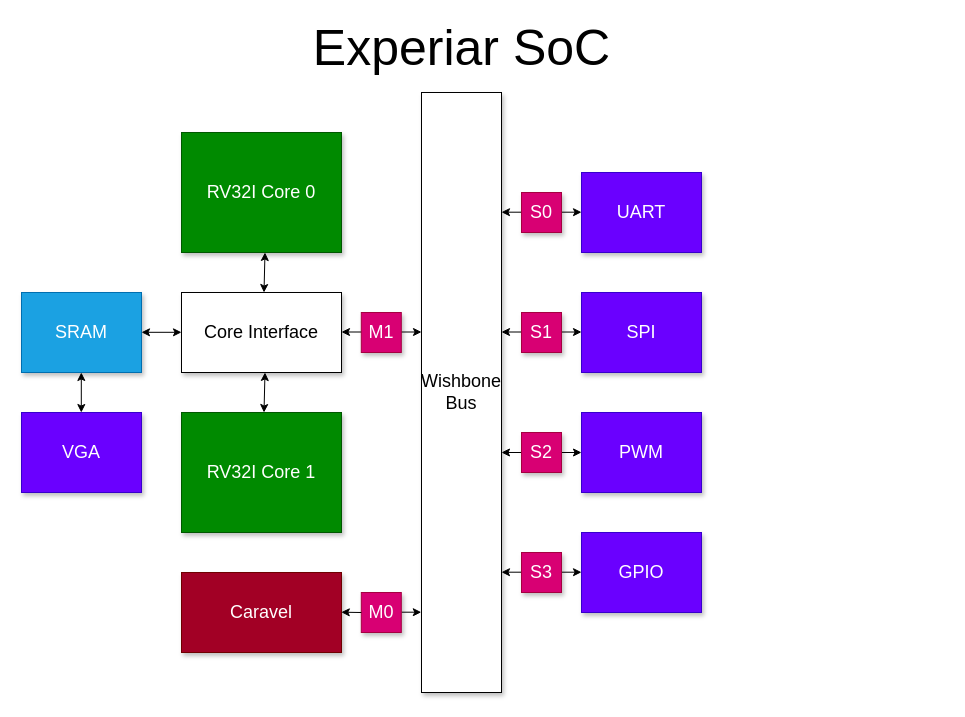
Before: page "Overview" (1 of 4) of docs/Design/ExperiarSoC.drawio in Wevel/ExperiarSoC, a draw.io diagram. Source tidied: cells renumbered, new cells numbered last; positions are measured from the earlier drawing's top-left corner, leaving out a move shared by most shapes. Both pictures are drawn from the tidied source at 100%, with x=0, y=0 at pixel (21, 32).
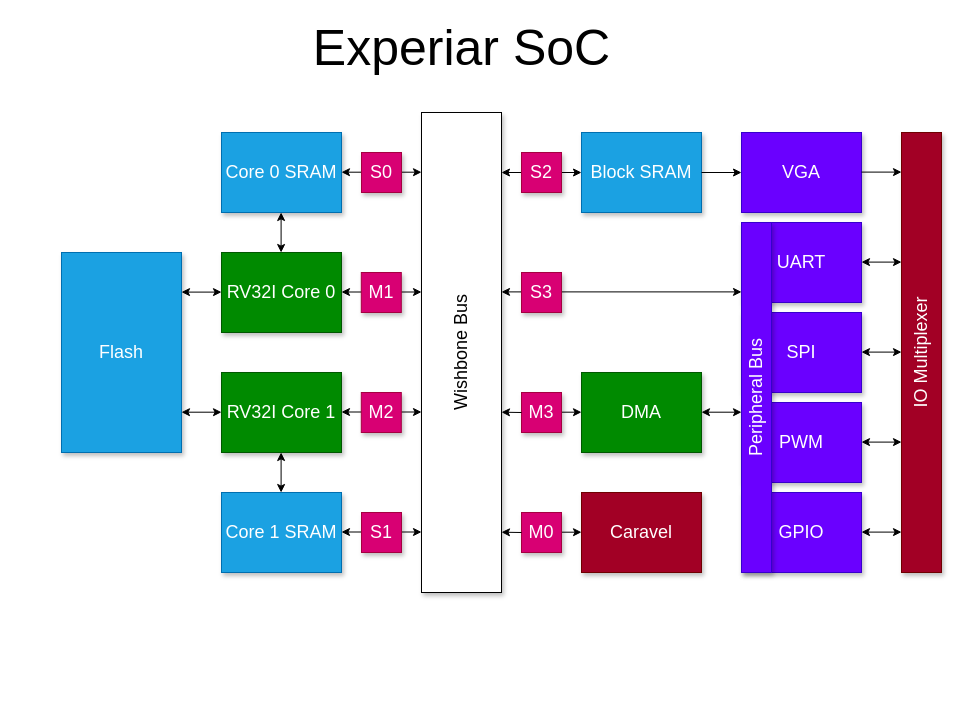
The same diagram, later.

What changed in the source:
```diff
@@
-    <mxCell id="2" value="Wishbone Bus" style="whiteSpace=wrap;html=1;shadow=1;fontSize=18;" parent="1" vertex="1">
-      <mxGeometry x="400" y="60" width="80" height="600" as="geometry" />
+    <mxCell id="2" value="Wishbone Bus" style="whiteSpace=wrap;html=1;shadow=1;fontSize=18;horizontal=0;" parent="1" vertex="1">
+      <mxGeometry x="400" y="80" width="80" height="480" as="geometry" />
     </mxCell>
     <mxCell id="3" style="edgeStyle=elbowEdgeStyle;rounded=0;html=1;startArrow=classic;startFill=1;jettySize=auto;orthogonalLoop=1;fontSize=18;elbow=vertical;" parent="1" edge="1">
       <mxGeometry relative="1" as="geometry">
-        <mxPoint x="480" y="539.7" as="sourcePoint" />
-        <mxPoint x="560" y="539.7" as="targetPoint" />
+        <mxPoint x="480" y="259.4" as="sourcePoint" />
+        <mxPoint x="720" y="259.4" as="targetPoint" />
         <Array as="points">
-          <mxPoint x="530" y="539.7" />
+          <mxPoint x="530" y="259.4" />
         </Array>
       </mxGeometry>
     </mxCell>
     <mxCell id="4" value="RV32I Core 1" style="whiteSpace=wrap;html=1;shadow=1;fontSize=18;fillColor=#008a00;fontColor=#ffffff;strokeColor=#005700;" parent="1" vertex="1">
-      <mxGeometry x="160" y="380" width="160" height="120" as="geometry" />
+      <mxGeometry x="200" y="340" width="120" height="80" as="geometry" />
     </mxCell>
     <mxCell id="5" value="Caravel" style="whiteSpace=wrap;html=1;shadow=1;fontSize=18;fillColor=#a20025;fontColor=#ffffff;strokeColor=#6F0000;" parent="1" vertex="1">
-      <mxGeometry x="160" y="540" width="160" height="80" as="geometry" />
+      <mxGeometry x="560" y="460" width="120" height="80" as="geometry" />
     </mxCell>
     <mxCell id="6" value="GPIO" style="whiteSpace=wrap;html=1;shadow=1;fontSize=18;fillColor=#6a00ff;fontColor=#ffffff;strokeColor=#3700CC;" parent="1" vertex="1">
-      <mxGeometry x="560" y="500" width="120" height="80" as="geometry" />
+      <mxGeometry x="720" y="460" width="120" height="80" as="geometry" />
     </mxCell>
     <mxCell id="7" value="UART" style="whiteSpace=wrap;html=1;shadow=1;fontSize=18;fillColor=#6a00ff;fontColor=#ffffff;strokeColor=#3700CC;" parent="1" vertex="1">
-      <mxGeometry x="560" y="140" width="120" height="80" as="geometry" />
+      <mxGeometry x="720" y="190" width="120" height="80" as="geometry" />
     </mxCell>
     <mxCell id="8" value="SPI" style="whiteSpace=wrap;html=1;shadow=1;fontSize=18;fillColor=#6a00ff;fontColor=#ffffff;strokeColor=#3700CC;" parent="1" vertex="1">
-      <mxGeometry x="560" y="260" width="120" height="80" as="geometry" />
+      <mxGeometry x="720" y="280" width="120" height="80" as="geometry" />
     </mxCell>
     <mxCell id="9" value="PWM" style="whiteSpace=wrap;html=1;shadow=1;fontSize=18;fillColor=#6a00ff;fontColor=#ffffff;strokeColor=#3700CC;" parent="1" vertex="1">
-      <mxGeometry x="560" y="380" width="120" height="80" as="geometry" />
+      <mxGeometry x="720" y="370" width="120" height="80" as="geometry" />
     </mxCell>
     <mxCell id="10" value="S3" style="whiteSpace=wrap;html=1;shadow=1;fontSize=18;fillColor=#d80073;fontColor=#ffffff;strokeColor=#A50040;" parent="1" vertex="1">
-      <mxGeometry x="500" y="520" width="40" height="40" as="geometry" />
+      <mxGeometry x="500" y="240" width="40" height="40" as="geometry" />
     </mxCell>
     <mxCell id="11" value="RV32I Core 0" style="whiteSpace=wrap;html=1;shadow=1;fontSize=18;fillColor=#008a00;fontColor=#ffffff;strokeColor=#005700;" parent="1" vertex="1">
-      <mxGeometry x="160" y="100" width="160" height="120" as="geometry" />
+      <mxGeometry x="200" y="220" width="120" height="80" as="geometry" />
     </mxCell>
-    <mxCell id="12" value="SRAM" style="whiteSpace=wrap;html=1;shadow=1;fontSize=18;fillColor=#1ba1e2;fontColor=#ffffff;strokeColor=#006EAF;" parent="1" vertex="1">
-      <mxGeometry y="260" width="120" height="80" as="geometry" />
-    </mxCell>
-    <mxCell id="13" value="Core Interface" style="whiteSpace=wrap;html=1;shadow=1;fontSize=18;" parent="1" vertex="1">
-      <mxGeometry x="160" y="260" width="160" height="80" as="geometry" />
-    </mxCell>
     <mxCell id="14" style="edgeStyle=elbowEdgeStyle;rounded=0;html=1;startArrow=classic;startFill=1;jettySize=auto;orthogonalLoop=1;fontSize=18;elbow=vertical;" parent="1" edge="1">
       <mxGeometry relative="1" as="geometry">
-        <mxPoint x="480" y="420" as="sourcePoint" />
-        <mxPoint x="560" y="420" as="targetPoint" />
+        <mxPoint x="480" y="140" as="sourcePoint" />
+        <mxPoint x="560" y="140" as="targetPoint" />
         <Array as="points">
-          <mxPoint x="530" y="420" />
+          <mxPoint x="530" y="140" />
         </Array>
       </mxGeometry>
     </mxCell>
     <mxCell id="15" style="edgeStyle=elbowEdgeStyle;rounded=0;html=1;startArrow=classic;startFill=1;jettySize=auto;orthogonalLoop=1;fontSize=18;elbow=vertical;" parent="1" edge="1">
       <mxGeometry relative="1" as="geometry">
-        <mxPoint x="480" y="299.5" as="sourcePoint" />
-        <mxPoint x="560" y="299.5" as="targetPoint" />
+        <mxPoint x="320" y="499.5" as="sourcePoint" />
+        <mxPoint x="400" y="499.5" as="targetPoint" />
         <Array as="points">
-          <mxPoint x="530" y="299.5" />
+          <mxPoint x="370" y="499.5" />
         </Array>
       </mxGeometry>
     </mxCell>
     <mxCell id="16" style="edgeStyle=elbowEdgeStyle;rounded=0;html=1;startArrow=classic;startFill=1;jettySize=auto;orthogonalLoop=1;fontSize=18;elbow=vertical;" parent="1" edge="1">
       <mxGeometry relative="1" as="geometry">
-        <mxPoint x="320" y="299.5" as="sourcePoint" />
-        <mxPoint x="400" y="299.5" as="targetPoint" />
+        <mxPoint x="320" y="379.5" as="sourcePoint" />
+        <mxPoint x="400" y="379.5" as="targetPoint" />
         <Array as="points">
-          <mxPoint x="370" y="299.5" />
+          <mxPoint x="370" y="379.5" />
         </Array>
       </mxGeometry>
     </mxCell>
-    <mxCell id="17" value="M1" style="whiteSpace=wrap;html=1;shadow=1;fontSize=18;fillColor=#d80073;fontColor=#ffffff;strokeColor=#A50040;" parent="1" vertex="1">
-      <mxGeometry x="339.8" y="280" width="40" height="40" as="geometry" />
+    <mxCell id="17" value="M2" style="whiteSpace=wrap;html=1;shadow=1;fontSize=18;fillColor=#d80073;fontColor=#ffffff;strokeColor=#A50040;" parent="1" vertex="1">
+      <mxGeometry x="339.8" y="360" width="40" height="40" as="geometry" />
     </mxCell>
     <mxCell id="18" value="S2" style="whiteSpace=wrap;html=1;shadow=1;fontSize=18;fillColor=#d80073;fontColor=#ffffff;strokeColor=#A50040;" parent="1" vertex="1">
-      <mxGeometry x="500" y="400" width="40" height="40" as="geometry" />
+      <mxGeometry x="500" y="120" width="40" height="40" as="geometry" />
     </mxCell>
     <mxCell id="19" value="S1" style="whiteSpace=wrap;html=1;shadow=1;fontSize=18;fillColor=#d80073;fontColor=#ffffff;strokeColor=#A50040;" parent="1" vertex="1">
-      <mxGeometry x="500" y="280" width="40" height="40" as="geometry" />
+      <mxGeometry x="340" y="480" width="40" height="40" as="geometry" />
     </mxCell>
-    <mxCell id="20" style="rounded=0;html=1;startArrow=classic;startFill=1;jettySize=auto;orthogonalLoop=1;fontSize=18;elbow=vertical;" parent="1" edge="1">
-      <mxGeometry relative="1" as="geometry">
-        <mxPoint x="243.5" y="340" as="sourcePoint" />
-        <mxPoint x="242.5" y="380" as="targetPoint" />
-      </mxGeometry>
-    </mxCell>
-    <mxCell id="21" style="rounded=0;html=1;startArrow=classic;startFill=1;jettySize=auto;orthogonalLoop=1;fontSize=18;elbow=vertical;" parent="1" edge="1">
-      <mxGeometry relative="1" as="geometry">
-        <mxPoint x="160" y="299.8" as="sourcePoint" />
-        <mxPoint x="120" y="299.8" as="targetPoint" />
-      </mxGeometry>
-    </mxCell>
-    <mxCell id="22" style="rounded=0;html=1;startArrow=classic;startFill=1;jettySize=auto;orthogonalLoop=1;fontSize=18;elbow=vertical;" parent="1" edge="1">
-      <mxGeometry relative="1" as="geometry">
-        <mxPoint x="243.5" y="220" as="sourcePoint" />
-        <mxPoint x="242.5" y="260" as="targetPoint" />
-      </mxGeometry>
-    </mxCell>
     <mxCell id="23" style="rounded=0;html=1;startArrow=classic;startFill=1;jettySize=auto;orthogonalLoop=1;fontSize=18;elbow=vertical;" parent="1" edge="1">
       <mxGeometry relative="1" as="geometry">
-        <mxPoint x="480" y="179.7" as="sourcePoint" />
-        <mxPoint x="560" y="179.7" as="targetPoint" />
+        <mxPoint x="320" y="139.7" as="sourcePoint" />
+        <mxPoint x="400" y="139.7" as="targetPoint" />
       </mxGeometry>
     </mxCell>
     <mxCell id="24" value="S0" style="whiteSpace=wrap;html=1;shadow=1;fontSize=18;fillColor=#d80073;fontColor=#ffffff;strokeColor=#A50040;" parent="1" vertex="1">
-      <mxGeometry x="500" y="160" width="40" height="40" as="geometry" />
+      <mxGeometry x="340" y="120" width="40" height="40" as="geometry" />
     </mxCell>
     <mxCell id="25" value="VGA" style="whiteSpace=wrap;html=1;shadow=1;fontSize=18;fillColor=#6a00ff;fontColor=#ffffff;strokeColor=#3700CC;" parent="1" vertex="1">
-      <mxGeometry y="380" width="120" height="80" as="geometry" />
+      <mxGeometry x="720" y="100" width="120" height="80" as="geometry" />
     </mxCell>
-    <mxCell id="26" style="rounded=0;html=1;startArrow=classic;startFill=1;jettySize=auto;orthogonalLoop=1;fontSize=18;elbow=vertical;" parent="1" edge="1">
-      <mxGeometry relative="1" as="geometry">
-        <mxPoint x="59.8" y="380" as="sourcePoint" />
-        <mxPoint x="59.8" y="340" as="targetPoint" />
-      </mxGeometry>
-    </mxCell>
@@
     <mxCell id="28" style="edgeStyle=elbowEdgeStyle;rounded=0;html=1;startArrow=none;startFill=1;jettySize=auto;fontSize=18;elbow=vertical;" parent="1" edge="1" source="29">
       <mxGeometry relative="1" as="geometry">
-        <mxPoint x="399.8" y="579.7" as="targetPoint" />
+        <mxPoint x="560" y="499.7" as="targetPoint" />
         <Array as="points">
-          <mxPoint x="369.8" y="579.7" />
+          <mxPoint x="530" y="499.7" />
         </Array>
       </mxGeometry>
     </mxCell>
     <mxCell id="29" value="M0" style="whiteSpace=wrap;html=1;shadow=1;fontSize=18;fillColor=#d80073;fontColor=#ffffff;strokeColor=#A50040;" parent="1" vertex="1">
-      <mxGeometry x="339.8" y="560" width="40" height="40" as="geometry" />
+      <mxGeometry x="500" y="480" width="40" height="40" as="geometry" />
     </mxCell>
     <mxCell id="30" style="edgeStyle=elbowEdgeStyle;rounded=0;html=1;startArrow=classic;startFill=1;jettySize=auto;fontSize=18;elbow=vertical;endArrow=none;" parent="1" edge="1" target="29">
       <mxGeometry relative="1" as="geometry">
-        <mxPoint x="319.8" y="579.7" as="sourcePoint" />
+        <mxPoint x="480" y="499.7" as="sourcePoint" />
       </mxGeometry>
     </mxCell>
+    <mxCell id="31" value="Peripheral Bus" style="whiteSpace=wrap;html=1;shadow=1;fontSize=18;fillColor=#6a00ff;fontColor=#ffffff;strokeColor=#3700CC;horizontal=0;" parent="1" vertex="1">
+      <mxGeometry x="720" y="190" width="30" height="350" as="geometry" />
+    </mxCell>
+    <mxCell id="32" value="Block SRAM" style="whiteSpace=wrap;html=1;shadow=1;fontSize=18;fillColor=#1ba1e2;fontColor=#ffffff;strokeColor=#006EAF;" parent="1" vertex="1">
+      <mxGeometry x="560" y="100" width="120" height="80" as="geometry" />
+    </mxCell>
+    <mxCell id="33" value="Core 1 SRAM" style="whiteSpace=wrap;html=1;shadow=1;fontSize=18;fillColor=#1ba1e2;fontColor=#ffffff;strokeColor=#006EAF;" parent="1" vertex="1">
+      <mxGeometry x="200" y="460" width="120" height="80" as="geometry" />
+    </mxCell>
+    <mxCell id="34" value="Core 0 SRAM" style="whiteSpace=wrap;html=1;shadow=1;fontSize=18;fillColor=#1ba1e2;fontColor=#ffffff;strokeColor=#006EAF;" parent="1" vertex="1">
+      <mxGeometry x="200" y="100" width="120" height="80" as="geometry" />
+    </mxCell>
+    <mxCell id="35" style="rounded=0;html=1;startArrow=classic;startFill=1;jettySize=auto;orthogonalLoop=1;fontSize=18;elbow=vertical;endArrow=none;endFill=0;" parent="1" edge="1">
+      <mxGeometry relative="1" as="geometry">
+        <mxPoint x="720" y="140" as="sourcePoint" />
+        <mxPoint x="680" y="140" as="targetPoint" />
+      </mxGeometry>
+    </mxCell>
+    <mxCell id="36" value="DMA" style="whiteSpace=wrap;html=1;shadow=1;fontSize=18;fillColor=#008a00;fontColor=#ffffff;strokeColor=#005700;" parent="1" vertex="1">
+      <mxGeometry x="560" y="340" width="120" height="80" as="geometry" />
+    </mxCell>
+    <mxCell id="37" style="rounded=0;html=1;startArrow=classic;startFill=1;jettySize=auto;orthogonalLoop=1;fontSize=18;elbow=vertical;endArrow=classic;endFill=1;" parent="1" edge="1">
+      <mxGeometry relative="1" as="geometry">
+        <mxPoint x="720" y="379.7" as="sourcePoint" />
+        <mxPoint x="680" y="379.7" as="targetPoint" />
+      </mxGeometry>
+    </mxCell>
+    <mxCell id="38" style="edgeStyle=elbowEdgeStyle;rounded=0;html=1;startArrow=none;startFill=1;jettySize=auto;fontSize=18;elbow=vertical;" parent="1" edge="1" source="39">
+      <mxGeometry relative="1" as="geometry">
+        <mxPoint x="560" y="379.7" as="targetPoint" />
+        <Array as="points">
+          <mxPoint x="530" y="379.7" />
+        </Array>
+      </mxGeometry>
+    </mxCell>
+    <mxCell id="39" value="M3" style="whiteSpace=wrap;html=1;shadow=1;fontSize=18;fillColor=#d80073;fontColor=#ffffff;strokeColor=#A50040;" parent="1" vertex="1">
+      <mxGeometry x="500" y="360" width="40" height="40" as="geometry" />
+    </mxCell>
+    <mxCell id="40" style="edgeStyle=elbowEdgeStyle;rounded=0;html=1;startArrow=classic;startFill=1;jettySize=auto;fontSize=18;elbow=vertical;endArrow=none;" parent="1" edge="1" target="39">
+      <mxGeometry relative="1" as="geometry">
+        <mxPoint x="480" y="379.7" as="sourcePoint" />
+      </mxGeometry>
+    </mxCell>
+    <mxCell id="41" style="edgeStyle=elbowEdgeStyle;rounded=0;html=1;startArrow=classic;startFill=1;jettySize=auto;orthogonalLoop=1;fontSize=18;elbow=vertical;" parent="1" edge="1">
+      <mxGeometry relative="1" as="geometry">
+        <mxPoint x="320" y="259.5" as="sourcePoint" />
+        <mxPoint x="400" y="259.5" as="targetPoint" />
+        <Array as="points">
+          <mxPoint x="370" y="259.5" />
+        </Array>
+      </mxGeometry>
+    </mxCell>
+    <mxCell id="42" value="M1" style="whiteSpace=wrap;html=1;shadow=1;fontSize=18;fillColor=#d80073;fontColor=#ffffff;strokeColor=#A50040;" parent="1" vertex="1">
+      <mxGeometry x="339.8" y="240" width="40" height="40" as="geometry" />
+    </mxCell>
+    <mxCell id="43" style="rounded=0;html=1;startArrow=classic;startFill=1;jettySize=auto;orthogonalLoop=1;fontSize=18;elbow=vertical;" parent="1" edge="1">
+      <mxGeometry relative="1" as="geometry">
+        <mxPoint x="259.6" y="180" as="sourcePoint" />
+        <mxPoint x="259.6" y="220" as="targetPoint" />
+      </mxGeometry>
+    </mxCell>
+    <mxCell id="44" style="rounded=0;html=1;startArrow=classic;startFill=1;jettySize=auto;orthogonalLoop=1;fontSize=18;elbow=vertical;" parent="1" edge="1">
+      <mxGeometry relative="1" as="geometry">
+        <mxPoint x="259.6" y="420" as="sourcePoint" />
+        <mxPoint x="259.6" y="460" as="targetPoint" />
+      </mxGeometry>
+    </mxCell>
+    <mxCell id="45" value="IO Multiplexer" style="whiteSpace=wrap;html=1;shadow=1;fontSize=18;fillColor=#a20025;fontColor=#ffffff;strokeColor=#6F0000;horizontal=0;" parent="1" vertex="1">
+      <mxGeometry x="880" y="100" width="40" height="440" as="geometry" />
+    </mxCell>
+    <mxCell id="46" style="rounded=0;html=1;startArrow=classic;startFill=1;jettySize=auto;orthogonalLoop=1;fontSize=18;elbow=vertical;endArrow=none;endFill=0;" parent="1" edge="1">
+      <mxGeometry relative="1" as="geometry">
+        <mxPoint x="880" y="139.6" as="sourcePoint" />
+        <mxPoint x="840" y="139.6" as="targetPoint" />
+      </mxGeometry>
+    </mxCell>
+    <mxCell id="47" style="rounded=0;html=1;startArrow=classic;startFill=1;jettySize=auto;orthogonalLoop=1;fontSize=18;elbow=vertical;" parent="1" edge="1">
+      <mxGeometry relative="1" as="geometry">
+        <mxPoint x="880" y="229.6" as="sourcePoint" />
+        <mxPoint x="840" y="229.6" as="targetPoint" />
+      </mxGeometry>
+    </mxCell>
+    <mxCell id="48" style="rounded=0;html=1;startArrow=classic;startFill=1;jettySize=auto;orthogonalLoop=1;fontSize=18;elbow=vertical;" parent="1" edge="1">
+      <mxGeometry relative="1" as="geometry">
+        <mxPoint x="880" y="319.6" as="sourcePoint" />
+        <mxPoint x="840" y="319.6" as="targetPoint" />
+      </mxGeometry>
+    </mxCell>
+    <mxCell id="49" style="rounded=0;html=1;startArrow=classic;startFill=1;jettySize=auto;orthogonalLoop=1;fontSize=18;elbow=vertical;endArrow=classic;endFill=1;" parent="1" edge="1">
+      <mxGeometry relative="1" as="geometry">
+        <mxPoint x="880" y="409.6" as="sourcePoint" />
+        <mxPoint x="840" y="409.6" as="targetPoint" />
+      </mxGeometry>
+    </mxCell>
+    <mxCell id="50" style="rounded=0;html=1;startArrow=classic;startFill=1;jettySize=auto;orthogonalLoop=1;fontSize=18;elbow=vertical;" parent="1" edge="1">
+      <mxGeometry relative="1" as="geometry">
+        <mxPoint x="880" y="499.6" as="sourcePoint" />
+        <mxPoint x="840" y="499.6" as="targetPoint" />
+      </mxGeometry>
+    </mxCell>
+    <mxCell id="51" value="Flash" style="whiteSpace=wrap;html=1;shadow=1;fontSize=18;fillColor=#1ba1e2;fontColor=#ffffff;strokeColor=#006EAF;" parent="1" vertex="1">
+      <mxGeometry x="40" y="220" width="120" height="200" as="geometry" />
+    </mxCell>
+    <mxCell id="52" style="rounded=0;html=1;startArrow=classic;startFill=1;jettySize=auto;orthogonalLoop=1;fontSize=18;elbow=vertical;endArrow=classic;endFill=1;" parent="1" edge="1">
+      <mxGeometry relative="1" as="geometry">
+        <mxPoint x="200" y="259.6" as="sourcePoint" />
+        <mxPoint x="160" y="259.6" as="targetPoint" />
+      </mxGeometry>
+    </mxCell>
+    <mxCell id="53" style="rounded=0;html=1;startArrow=classic;startFill=1;jettySize=auto;orthogonalLoop=1;fontSize=18;elbow=vertical;endArrow=classic;endFill=1;" parent="1" edge="1">
+      <mxGeometry relative="1" as="geometry">
+        <mxPoint x="200" y="379.7" as="sourcePoint" />
+        <mxPoint x="160" y="379.7" as="targetPoint" />
+      </mxGeometry>
+    </mxCell>
```
